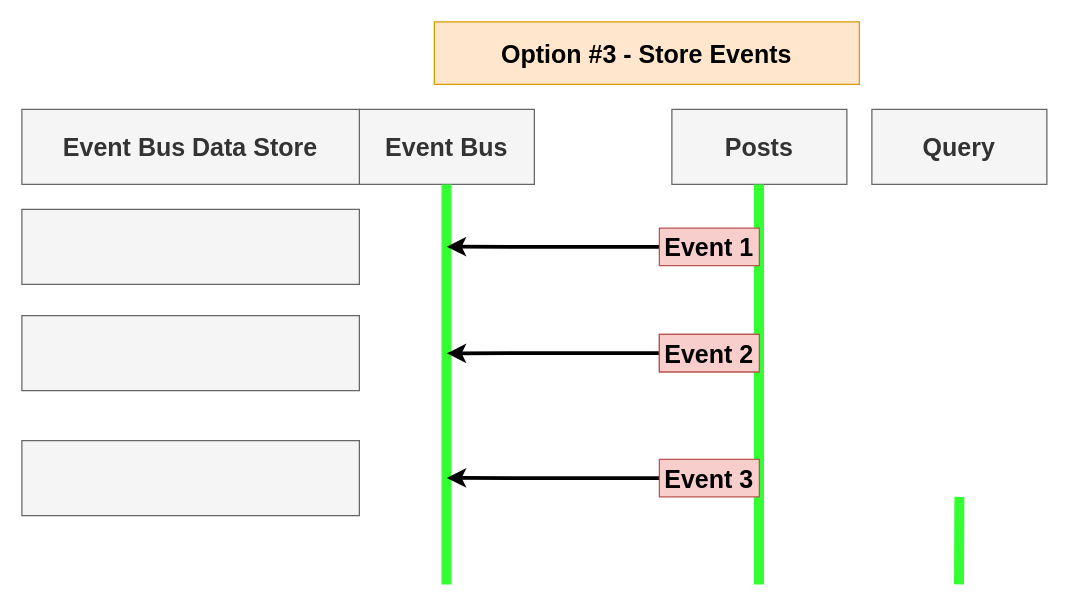
Above: page "03 - solutions" (5 of 6) of diagrams/03/03.drawio in HappySuzuki/microservices-cast (draw.io), before the change. Source tidied: cells renumbered, new cells numbered last; positions are measured from the earlier drawing's top-left corner, leaving out a move shared by most shapes. Both pictures are drawn from the tidied source at 125%, with x=0, y=0 at pixel (21, 21).
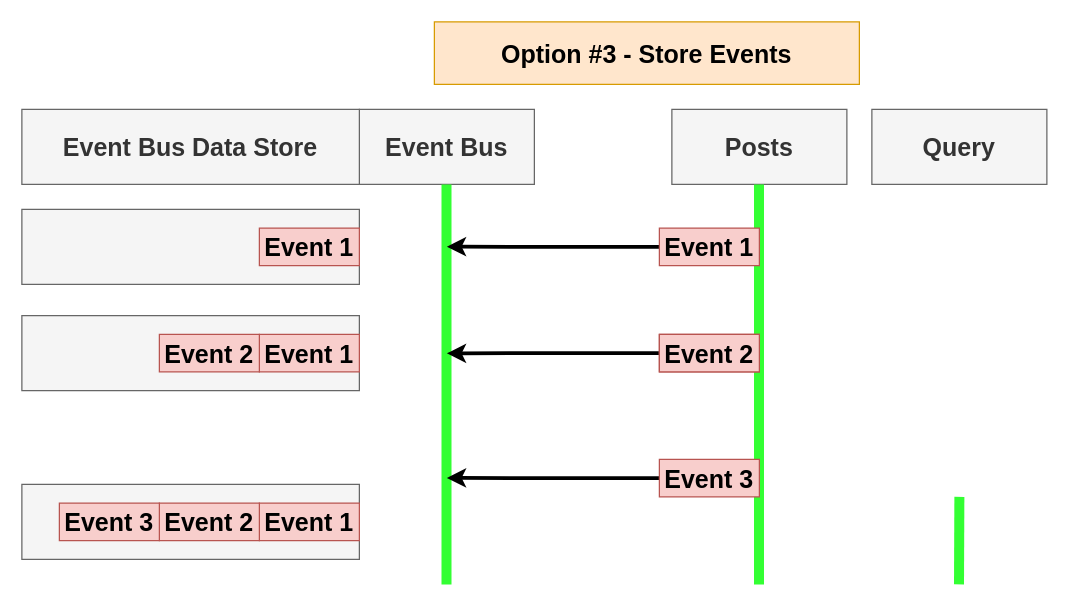
The same page after the edit.

What changed in the source:
```diff
@@
     <mxCell id="15" style="rounded=0;whiteSpace=wrap;html=1;fillColor=#f5f5f5;strokeColor=#666666;fontColor=#333333;fontStyle=1;fontSize=20;" parent="1" vertex="1">
-      <mxGeometry y="335" width="270" height="60" as="geometry" />
+      <mxGeometry y="370" width="270" height="60" as="geometry" />
     </mxCell>
@@
+    <mxCell id="20" value="Event 1" style="rounded=0;whiteSpace=wrap;html=1;fontSize=20;fillColor=#f8cecc;strokeColor=#b85450;fontStyle=1;" parent="1" vertex="1">
+      <mxGeometry x="190" y="165" width="80" height="30" as="geometry" />
+    </mxCell>
+    <mxCell id="21" value="Event 1" style="rounded=0;whiteSpace=wrap;html=1;fontSize=20;fillColor=#f8cecc;strokeColor=#b85450;fontStyle=1;" parent="1" vertex="1">
+      <mxGeometry x="190" y="250" width="80" height="30" as="geometry" />
+    </mxCell>
+    <mxCell id="22" value="Event 2" style="rounded=0;whiteSpace=wrap;html=1;fontSize=20;fillColor=#f8cecc;strokeColor=#b85450;fontStyle=1;" parent="1" vertex="1">
+      <mxGeometry x="110" y="250" width="80" height="30" as="geometry" />
+    </mxCell>
+    <mxCell id="23" value="Event 1" style="rounded=0;whiteSpace=wrap;html=1;fontSize=20;fillColor=#f8cecc;strokeColor=#b85450;fontStyle=1;" parent="1" vertex="1">
+      <mxGeometry x="190" y="385" width="80" height="30" as="geometry" />
+    </mxCell>
+    <mxCell id="24" value="Event 2" style="rounded=0;whiteSpace=wrap;html=1;fontSize=20;fillColor=#f8cecc;strokeColor=#b85450;fontStyle=1;" parent="1" vertex="1">
+      <mxGeometry x="110" y="385" width="80" height="30" as="geometry" />
+    </mxCell>
+    <mxCell id="25" value="Event 3" style="rounded=0;whiteSpace=wrap;html=1;fontSize=20;fillColor=#f8cecc;strokeColor=#b85450;fontStyle=1;" parent="1" vertex="1">
+      <mxGeometry x="30" y="385" width="80" height="30" as="geometry" />
+    </mxCell>
```
